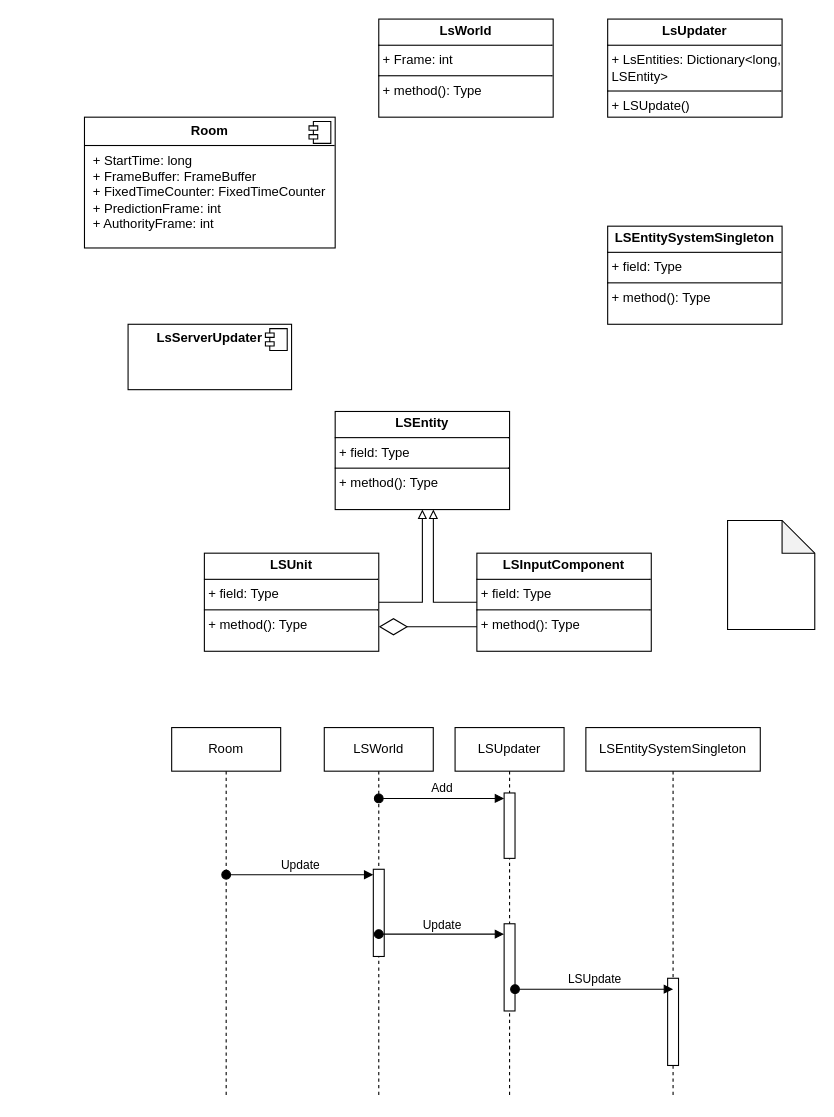
Before: 帧同步.drawio in venking2013/test1, a draw.io diagram. Source tidied: cells renumbered, new cells numbered last; positions are measured from the earlier drawing's top-left corner, leaving out a move shared by most shapes. Both pictures are drawn from the tidied source at 109%, with x=0, y=0 at pixel (84, 19).
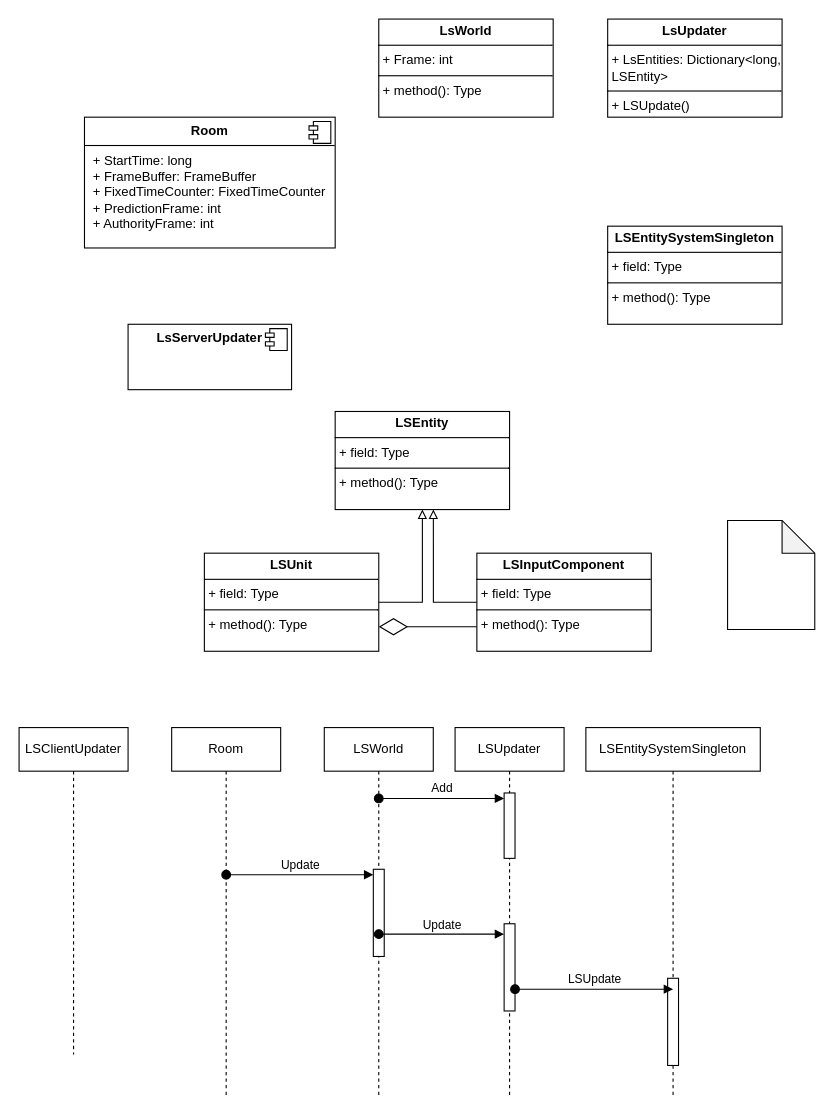
The same diagram, later.

Commit message:
更新帧同步.drawio

The edit, as a diff of the source:
```diff
@@
+    <mxCell id="28" value="LSClientUpdater" style="shape=umlLifeline;perimeter=lifelinePerimeter;whiteSpace=wrap;html=1;newEdgeStyle={&quot;curved&quot;:0,&quot;rounded&quot;:0};" parent="1" vertex="1">
+      <mxGeometry x="-60" y="650" width="100" height="300" as="geometry" />
+    </mxCell>
```
